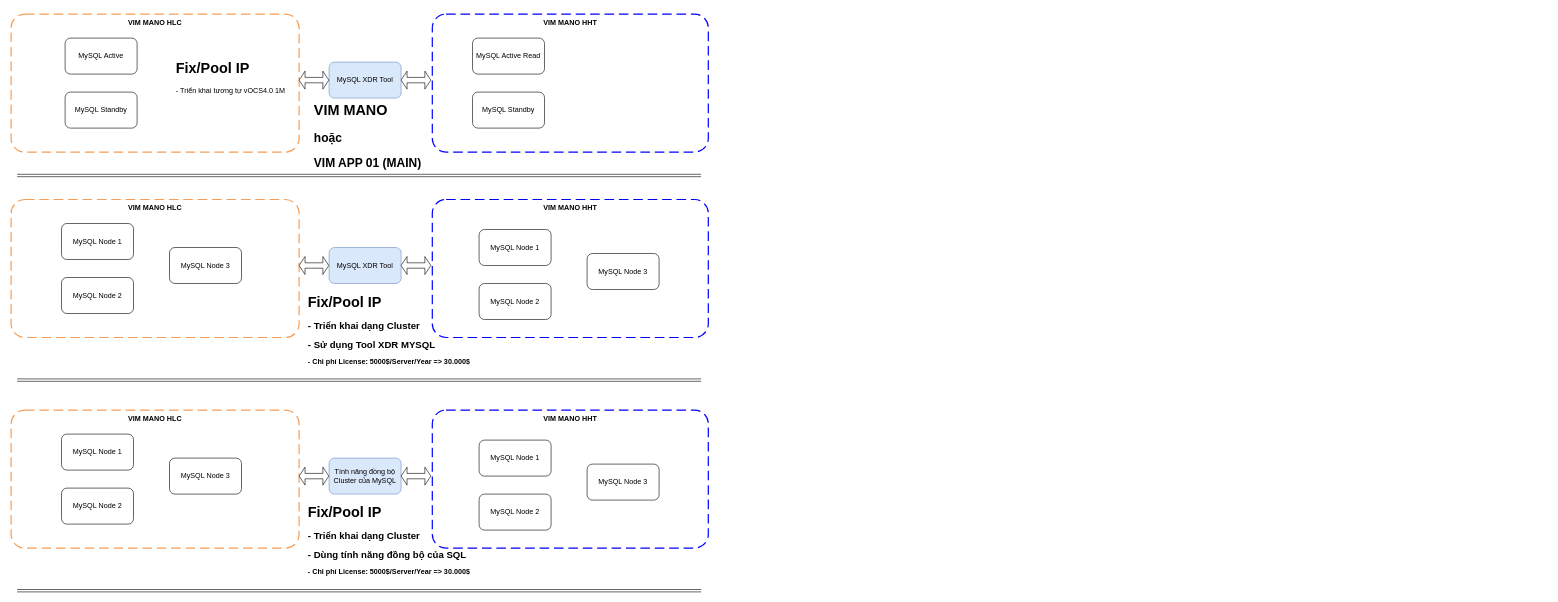
The draw.io diagram page "MySQL" (1 of 2) of OCS100M/OCS4.0100M.drawio in duongbkak55/work, before the edit. Source tidied: cells renumbered, new cells numbered last; positions are measured from the earlier drawing's top-left corner, leaving out a move shared by most shapes. Both pictures are drawn from the tidied source at 60%, with x=0, y=0 at pixel (11, 14).
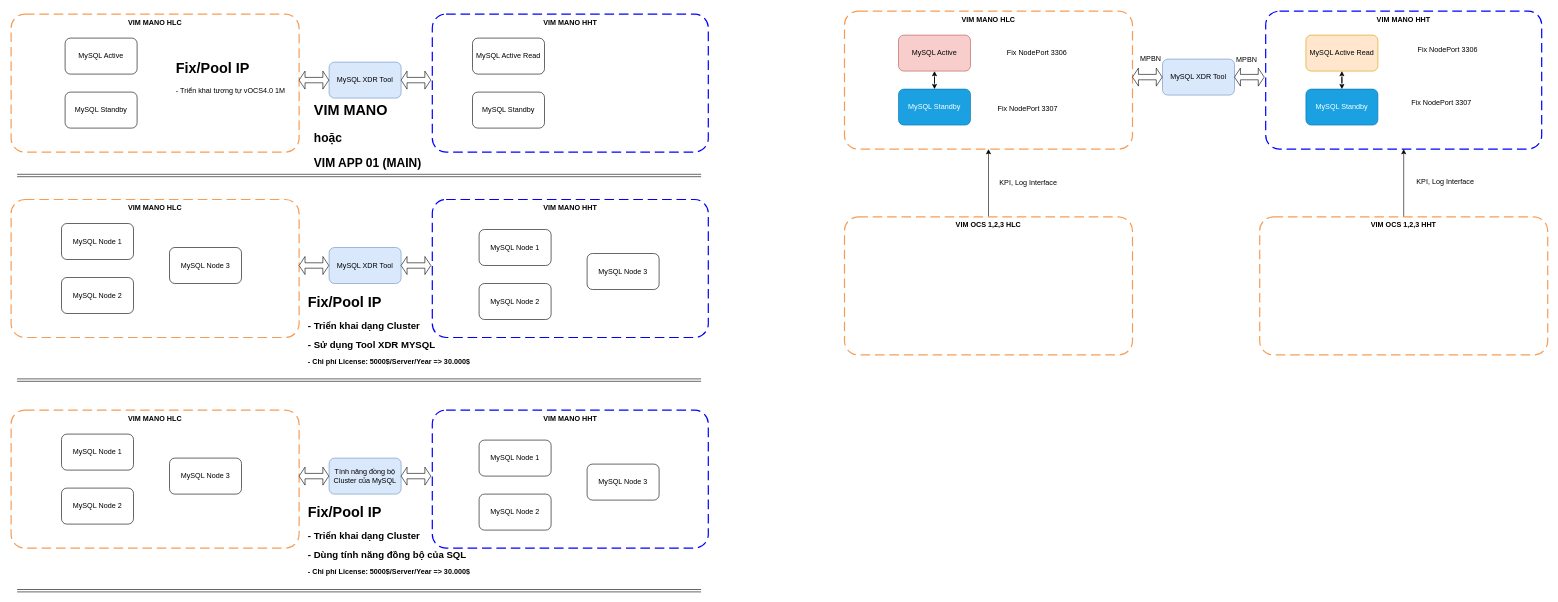
The same page after the edit.

Commit message:
Cập nhật OCS4.0100M.drawio

Diff of the diagram source:
```diff
@@
+    <mxCell id="44" value="VIM MANO HLC" style="rounded=1;arcSize=10;dashed=1;strokeColor=#F59D56;fillColor=none;gradientColor=none;dashPattern=8 4;strokeWidth=2;verticalAlign=top;fontStyle=1;" parent="1" vertex="1">
+      <mxGeometry x="1389" y="-5" width="480" height="230" as="geometry" />
+    </mxCell>
+    <mxCell id="45" style="edgeStyle=orthogonalEdgeStyle;rounded=0;jettySize=auto;html=1;startArrow=classic;startFill=1;" parent="1" edge="1" source="46" target="50">
+      <mxGeometry relative="1" as="geometry" />
+    </mxCell>
+    <mxCell id="46" value="MySQL Active" style="rounded=1;whiteSpace=wrap;html=1;fillColor=#f8cecc;strokeColor=#b85450;" parent="1" vertex="1">
+      <mxGeometry x="1479" y="35" width="120" height="60" as="geometry" />
+    </mxCell>
+    <mxCell id="47" value="VIM MANO HHT" style="rounded=1;arcSize=10;dashed=1;strokeColor=#0000FF;fillColor=none;gradientColor=none;dashPattern=8 4;strokeWidth=2;verticalAlign=top;fontStyle=1;" parent="1" vertex="1">
+      <mxGeometry x="2091" y="-5" width="460" height="230" as="geometry" />
+    </mxCell>
+    <mxCell id="48" style="edgeStyle=orthogonalEdgeStyle;rounded=0;jettySize=auto;html=1;startArrow=classic;startFill=1;" parent="1" edge="1" source="49" target="51">
+      <mxGeometry relative="1" as="geometry" />
+    </mxCell>
+    <mxCell id="49" value="MySQL Active Read" style="rounded=1;whiteSpace=wrap;html=1;fillColor=#ffe6cc;strokeColor=#d79b00;" parent="1" vertex="1">
+      <mxGeometry x="2158" y="35" width="120" height="60" as="geometry" />
+    </mxCell>
+    <mxCell id="50" value="MySQL Standby" style="rounded=1;whiteSpace=wrap;html=1;fillColor=#1ba1e2;fontColor=#ffffff;strokeColor=#006EAF;" parent="1" vertex="1">
+      <mxGeometry x="1479" y="125" width="120" height="60" as="geometry" />
+    </mxCell>
+    <mxCell id="51" value="MySQL Standby" style="rounded=1;whiteSpace=wrap;html=1;fillColor=#1ba1e2;fontColor=#ffffff;strokeColor=#006EAF;" parent="1" vertex="1">
+      <mxGeometry x="2158" y="125" width="120" height="60" as="geometry" />
+    </mxCell>
+    <mxCell id="52" value="MySQL XDR Tool" style="rounded=1;whiteSpace=wrap;html=1;fillColor=#dae8fc;strokeColor=#6c8ebf;" parent="1" vertex="1">
+      <mxGeometry x="1919" y="75" width="120" height="60" as="geometry" />
+    </mxCell>
+    <mxCell id="53" style="shape=doubleArrow;whiteSpace=wrap;html=1;" parent="1" vertex="1">
+      <mxGeometry x="1869" y="90" width="49.5" height="30" as="geometry" />
+    </mxCell>
+    <mxCell id="54" style="shape=doubleArrow;whiteSpace=wrap;html=1;" parent="1" vertex="1">
+      <mxGeometry x="2039" y="90" width="49.5" height="30" as="geometry" />
+    </mxCell>
+    <mxCell id="55" value="MPBN" style="text;html=1;align=center;verticalAlign=middle;strokeColor=none;fillColor=none;" parent="1" vertex="1">
+      <mxGeometry x="2032" y="64" width="53" height="26" as="geometry" />
+    </mxCell>
+    <mxCell id="56" value="MPBN" style="text;html=1;align=center;verticalAlign=middle;strokeColor=none;fillColor=none;" parent="1" vertex="1">
+      <mxGeometry x="1872" y="62" width="53" height="26" as="geometry" />
+    </mxCell>
+    <mxCell id="57" value="Fix NodePort 3306" style="text;html=1;strokeColor=none;fillColor=none;align=center;verticalAlign=middle;whiteSpace=wrap;rounded=0;" parent="1" vertex="1">
+      <mxGeometry x="1640" y="50" width="140" height="30" as="geometry" />
+    </mxCell>
+    <mxCell id="58" value="Fix NodePort 3307" style="text;html=1;strokeColor=none;fillColor=none;align=center;verticalAlign=middle;whiteSpace=wrap;rounded=0;" parent="1" vertex="1">
+      <mxGeometry x="1640" y="143" width="109" height="30" as="geometry" />
+    </mxCell>
+    <mxCell id="59" value="Fix NodePort 3307" style="text;html=1;strokeColor=none;fillColor=none;align=center;verticalAlign=middle;whiteSpace=wrap;rounded=0;" parent="1" vertex="1">
+      <mxGeometry x="2329" y="133" width="110" height="30" as="geometry" />
+    </mxCell>
+    <mxCell id="60" value="Fix NodePort 3306" style="text;html=1;strokeColor=none;fillColor=none;align=center;verticalAlign=middle;whiteSpace=wrap;rounded=0;" parent="1" vertex="1">
+      <mxGeometry x="2329" y="45" width="131" height="30" as="geometry" />
+    </mxCell>
+    <mxCell id="61" style="edgeStyle=orthogonalEdgeStyle;rounded=0;jettySize=auto;html=1;" parent="1" edge="1" source="62" target="44">
+      <mxGeometry relative="1" as="geometry" />
+    </mxCell>
+    <mxCell id="62" value="VIM OCS 1,2,3 HLC" style="rounded=1;arcSize=10;dashed=1;strokeColor=#F59D56;fillColor=none;gradientColor=none;dashPattern=8 4;strokeWidth=2;verticalAlign=top;fontStyle=1;" parent="1" vertex="1">
+      <mxGeometry x="1389" y="338" width="480" height="230" as="geometry" />
+    </mxCell>
+    <mxCell id="63" value="KPI, Log Interface" style="text;html=1;align=center;verticalAlign=middle;strokeColor=none;fillColor=none;" parent="1" vertex="1">
+      <mxGeometry x="1637.5" y="269" width="114" height="26" as="geometry" />
+    </mxCell>
+    <mxCell id="64" style="edgeStyle=orthogonalEdgeStyle;rounded=0;jettySize=auto;html=1;" parent="1" edge="1" source="65" target="47">
+      <mxGeometry relative="1" as="geometry" />
+    </mxCell>
+    <mxCell id="65" value="VIM OCS 1,2,3 HHT" style="rounded=1;arcSize=10;dashed=1;strokeColor=#F59D56;fillColor=none;gradientColor=none;dashPattern=8 4;strokeWidth=2;verticalAlign=top;fontStyle=1;" parent="1" vertex="1">
+      <mxGeometry x="2081" y="338" width="480" height="230" as="geometry" />
+    </mxCell>
+    <mxCell id="66" value="KPI, Log Interface" style="text;html=1;align=center;verticalAlign=middle;strokeColor=none;fillColor=none;" parent="1" vertex="1">
+      <mxGeometry x="2333" y="267" width="114" height="26" as="geometry" />
+    </mxCell>
```
